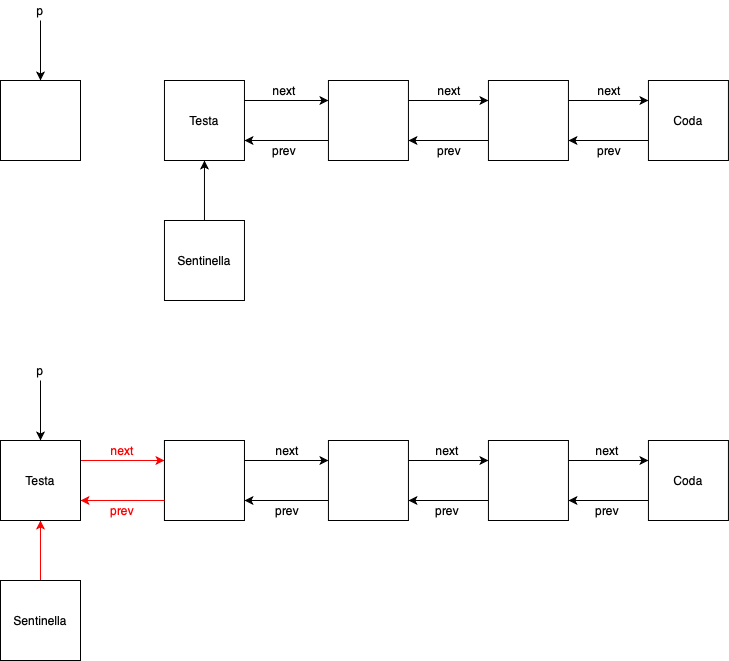
Earlier version of the draw.io export phase1/images/SO-LIFO_Insert.png (Law7iet/PandOS). Source tidied: cells renumbered, new cells last; positions are measured from the earlier drawing's top-left corner, leaving out a move shared by most shapes. Its diagram source:
```xml
<mxGraphModel>
  <root>
    <mxCell id="0" />
    <mxCell id="1" parent="0" />
    <mxCell id="2" style="edgeStyle=orthogonalEdgeStyle;rounded=0;jettySize=auto;html=1;exitX=1;exitY=0.25;exitDx=0;exitDy=0;entryX=0;entryY=0.25;entryDx=0;entryDy=0;" parent="1" edge="1" source="4" target="7">
      <mxGeometry relative="1" as="geometry" />
    </mxCell>
    <mxCell id="3" style="edgeStyle=orthogonalEdgeStyle;rounded=0;jettySize=auto;html=1;exitX=0.5;exitY=1;exitDx=0;exitDy=0;endArrow=none;endFill=0;startArrow=classic;startFill=1;entryX=0.5;entryY=0;entryDx=0;entryDy=0;" parent="1" edge="1" source="4" target="13">
      <mxGeometry relative="1" as="geometry" />
    </mxCell>
    <mxCell id="4" value="Testa" style="rounded=0;whiteSpace=wrap;html=1;" parent="1" vertex="1">
      <mxGeometry x="164" y="80" width="80" height="80" as="geometry" />
    </mxCell>
    <mxCell id="5" style="edgeStyle=orthogonalEdgeStyle;rounded=0;jettySize=auto;html=1;exitX=0;exitY=0.75;exitDx=0;exitDy=0;entryX=1;entryY=0.75;entryDx=0;entryDy=0;" parent="1" edge="1" source="7" target="4">
      <mxGeometry relative="1" as="geometry" />
    </mxCell>
    <mxCell id="6" style="edgeStyle=orthogonalEdgeStyle;rounded=0;jettySize=auto;html=1;exitX=1;exitY=0.25;exitDx=0;exitDy=0;entryX=0;entryY=0.25;entryDx=0;entryDy=0;" parent="1" edge="1" source="7" target="10">
      <mxGeometry relative="1" as="geometry" />
    </mxCell>
    <mxCell id="7" style="rounded=0;whiteSpace=wrap;html=1;" parent="1" vertex="1">
      <mxGeometry x="327.9" y="80" width="80" height="80" as="geometry" />
    </mxCell>
    <mxCell id="8" style="edgeStyle=orthogonalEdgeStyle;rounded=0;jettySize=auto;html=1;exitX=0;exitY=0.75;exitDx=0;exitDy=0;entryX=1;entryY=0.75;entryDx=0;entryDy=0;" parent="1" edge="1" source="10" target="7">
      <mxGeometry relative="1" as="geometry" />
    </mxCell>
    <mxCell id="9" style="edgeStyle=orthogonalEdgeStyle;rounded=0;jettySize=auto;html=1;exitX=1;exitY=0.25;exitDx=0;exitDy=0;entryX=0;entryY=0.25;entryDx=0;entryDy=0;" parent="1" edge="1" source="10" target="12">
      <mxGeometry relative="1" as="geometry" />
    </mxCell>
    <mxCell id="10" style="rounded=0;whiteSpace=wrap;html=1;" parent="1" vertex="1">
      <mxGeometry x="487.9" y="80" width="80" height="80" as="geometry" />
    </mxCell>
    <mxCell id="11" style="edgeStyle=orthogonalEdgeStyle;rounded=0;jettySize=auto;html=1;exitX=0;exitY=0.75;exitDx=0;exitDy=0;entryX=1;entryY=0.75;entryDx=0;entryDy=0;" parent="1" edge="1" source="12" target="10">
      <mxGeometry relative="1" as="geometry" />
    </mxCell>
    <mxCell id="12" value="Coda" style="rounded=0;whiteSpace=wrap;html=1;" parent="1" vertex="1">
      <mxGeometry x="647.9" y="80" width="80" height="80" as="geometry" />
    </mxCell>
    <mxCell id="13" value="Sentinella" style="rounded=0;whiteSpace=wrap;html=1;" parent="1" vertex="1">
      <mxGeometry x="164" y="220" width="80" height="80" as="geometry" />
    </mxCell>
    <mxCell id="14" value="next" style="text;html=1;strokeColor=none;fillColor=none;align=center;verticalAlign=middle;whiteSpace=wrap;rounded=0;" parent="1" vertex="1">
      <mxGeometry x="589" y="80" width="40" height="20" as="geometry" />
    </mxCell>
    <mxCell id="15" value="next" style="text;html=1;strokeColor=none;fillColor=none;align=center;verticalAlign=middle;whiteSpace=wrap;rounded=0;" parent="1" vertex="1">
      <mxGeometry x="429" y="80" width="40" height="20" as="geometry" />
    </mxCell>
    <mxCell id="16" value="next" style="text;html=1;strokeColor=none;fillColor=none;align=center;verticalAlign=middle;whiteSpace=wrap;rounded=0;" parent="1" vertex="1">
      <mxGeometry x="264" y="80" width="40" height="20" as="geometry" />
    </mxCell>
    <mxCell id="17" value="&lt;div&gt;prev&lt;/div&gt;" style="text;html=1;strokeColor=none;fillColor=none;align=center;verticalAlign=middle;whiteSpace=wrap;rounded=0;" parent="1" vertex="1">
      <mxGeometry x="589" y="140" width="40" height="20" as="geometry" />
    </mxCell>
    <mxCell id="18" value="prev" style="text;html=1;strokeColor=none;fillColor=none;align=center;verticalAlign=middle;whiteSpace=wrap;rounded=0;" parent="1" vertex="1">
      <mxGeometry x="429" y="140" width="40" height="20" as="geometry" />
    </mxCell>
    <mxCell id="19" value="&lt;div&gt;prev&lt;/div&gt;" style="text;html=1;strokeColor=none;fillColor=none;align=center;verticalAlign=middle;whiteSpace=wrap;rounded=0;" parent="1" vertex="1">
      <mxGeometry x="264" y="140" width="40" height="20" as="geometry" />
    </mxCell>
    <mxCell id="20" style="edgeStyle=orthogonalEdgeStyle;rounded=0;jettySize=auto;html=1;exitX=1;exitY=0.25;exitDx=0;exitDy=0;entryX=0;entryY=0.25;entryDx=0;entryDy=0;" parent="1" edge="1" source="22" target="25">
      <mxGeometry relative="1" as="geometry" />
    </mxCell>
    <mxCell id="21" style="edgeStyle=orthogonalEdgeStyle;rounded=0;jettySize=auto;html=1;exitX=0.5;exitY=1;exitDx=0;exitDy=0;endArrow=none;endFill=0;startArrow=classic;startFill=1;entryX=0.5;entryY=0;entryDx=0;entryDy=0;strokeColor=#FF0000;" parent="1" edge="1" source="33" target="31">
      <mxGeometry relative="1" as="geometry">
        <Array as="points">
          <mxPoint x="40" y="570" />
          <mxPoint x="40" y="570" />
        </Array>
      </mxGeometry>
    </mxCell>
    <mxCell id="22" value="Coda" style="rounded=0;whiteSpace=wrap;html=1;" parent="1" vertex="1">
      <mxGeometry x="164" y="440" width="80" height="80" as="geometry" />
    </mxCell>
    <mxCell id="23" style="edgeStyle=orthogonalEdgeStyle;rounded=0;jettySize=auto;html=1;exitX=0;exitY=0.75;exitDx=0;exitDy=0;entryX=1;entryY=0.75;entryDx=0;entryDy=0;" parent="1" edge="1" source="25" target="22">
      <mxGeometry relative="1" as="geometry" />
    </mxCell>
    <mxCell id="24" style="edgeStyle=orthogonalEdgeStyle;rounded=0;jettySize=auto;html=1;exitX=1;exitY=0.25;exitDx=0;exitDy=0;entryX=0;entryY=0.25;entryDx=0;entryDy=0;" parent="1" edge="1" source="25" target="28">
      <mxGeometry relative="1" as="geometry" />
    </mxCell>
    <mxCell id="25" style="rounded=0;whiteSpace=wrap;html=1;" parent="1" vertex="1">
      <mxGeometry x="327.9" y="440" width="80" height="80" as="geometry" />
    </mxCell>
    <mxCell id="26" style="edgeStyle=orthogonalEdgeStyle;rounded=0;jettySize=auto;html=1;exitX=0;exitY=0.75;exitDx=0;exitDy=0;entryX=1;entryY=0.75;entryDx=0;entryDy=0;" parent="1" edge="1" source="28" target="25">
      <mxGeometry relative="1" as="geometry" />
    </mxCell>
    <mxCell id="27" style="edgeStyle=orthogonalEdgeStyle;rounded=0;jettySize=auto;html=1;exitX=1;exitY=0.25;exitDx=0;exitDy=0;entryX=0;entryY=0.25;entryDx=0;entryDy=0;" parent="1" edge="1" source="28" target="30">
      <mxGeometry relative="1" as="geometry" />
    </mxCell>
    <mxCell id="28" style="rounded=0;whiteSpace=wrap;html=1;" parent="1" vertex="1">
      <mxGeometry x="487.9" y="440" width="80" height="80" as="geometry" />
    </mxCell>
    <mxCell id="29" style="edgeStyle=orthogonalEdgeStyle;rounded=0;jettySize=auto;html=1;exitX=0;exitY=0.75;exitDx=0;exitDy=0;entryX=1;entryY=0.75;entryDx=0;entryDy=0;" parent="1" edge="1" source="30" target="28">
      <mxGeometry relative="1" as="geometry" />
    </mxCell>
    <mxCell id="30" value="Coda" style="rounded=0;whiteSpace=wrap;html=1;" parent="1" vertex="1">
      <mxGeometry x="647.9" y="440" width="80" height="80" as="geometry" />
    </mxCell>
    <mxCell id="31" value="Sentinella" style="rounded=0;whiteSpace=wrap;html=1;" parent="1" vertex="1">
      <mxGeometry y="580" width="80" height="80" as="geometry" />
    </mxCell>
    <mxCell id="32" style="edgeStyle=orthogonalEdgeStyle;rounded=0;jettySize=auto;html=1;exitX=1;exitY=0.25;exitDx=0;exitDy=0;entryX=0;entryY=0.25;entryDx=0;entryDy=0;fontColor=#FF0000;strokeColor=#FF0000;" parent="1" edge="1" source="33" target="34">
      <mxGeometry relative="1" as="geometry" />
    </mxCell>
    <mxCell id="33" value="Testa" style="rounded=0;whiteSpace=wrap;html=1;" parent="1" vertex="1">
      <mxGeometry y="440" width="80" height="80" as="geometry" />
    </mxCell>
    <mxCell id="34" style="rounded=0;whiteSpace=wrap;html=1;" parent="1" vertex="1">
      <mxGeometry x="164" y="440" width="80" height="80" as="geometry" />
    </mxCell>
    <mxCell id="35" style="edgeStyle=orthogonalEdgeStyle;rounded=0;jettySize=auto;html=1;exitX=0;exitY=0.75;exitDx=0;exitDy=0;entryX=1;entryY=0.75;entryDx=0;entryDy=0;fontColor=#FF0000;strokeColor=#FF0000;" parent="1" edge="1" source="34" target="33">
      <mxGeometry relative="1" as="geometry" />
    </mxCell>
    <mxCell id="36" value="next" style="text;html=1;strokeColor=none;fillColor=none;align=center;verticalAlign=middle;whiteSpace=wrap;rounded=0;fontColor=#FF0000;" parent="1" vertex="1">
      <mxGeometry x="102" y="440" width="40" height="20" as="geometry" />
    </mxCell>
    <mxCell id="37" value="next" style="text;html=1;strokeColor=none;fillColor=none;align=center;verticalAlign=middle;whiteSpace=wrap;rounded=0;" parent="1" vertex="1">
      <mxGeometry x="267" y="440" width="40" height="20" as="geometry" />
    </mxCell>
    <mxCell id="38" value="next" style="text;html=1;strokeColor=none;fillColor=none;align=center;verticalAlign=middle;whiteSpace=wrap;rounded=0;" parent="1" vertex="1">
      <mxGeometry x="427" y="440" width="40" height="20" as="geometry" />
    </mxCell>
    <mxCell id="39" value="next" style="text;html=1;strokeColor=none;fillColor=none;align=center;verticalAlign=middle;whiteSpace=wrap;rounded=0;" parent="1" vertex="1">
      <mxGeometry x="587" y="440" width="40" height="20" as="geometry" />
    </mxCell>
    <mxCell id="40" value="prev" style="text;html=1;strokeColor=none;fillColor=none;align=center;verticalAlign=middle;whiteSpace=wrap;rounded=0;" parent="1" vertex="1">
      <mxGeometry x="587" y="500" width="40" height="20" as="geometry" />
    </mxCell>
    <mxCell id="41" value="prev" style="text;html=1;strokeColor=none;fillColor=none;align=center;verticalAlign=middle;whiteSpace=wrap;rounded=0;" parent="1" vertex="1">
      <mxGeometry x="427" y="500" width="40" height="20" as="geometry" />
    </mxCell>
    <mxCell id="42" value="prev" style="text;html=1;strokeColor=none;fillColor=none;align=center;verticalAlign=middle;whiteSpace=wrap;rounded=0;fontColor=#FF0000;" parent="1" vertex="1">
      <mxGeometry x="102" y="500" width="40" height="20" as="geometry" />
    </mxCell>
    <mxCell id="43" value="prev" style="text;html=1;strokeColor=none;fillColor=none;align=center;verticalAlign=middle;whiteSpace=wrap;rounded=0;" parent="1" vertex="1">
      <mxGeometry x="267" y="500" width="40" height="20" as="geometry" />
    </mxCell>
    <mxCell id="44" style="edgeStyle=orthogonalEdgeStyle;rounded=0;jettySize=auto;html=1;exitX=0.5;exitY=0;exitDx=0;exitDy=0;endArrow=none;endFill=0;startArrow=classic;startFill=1;" parent="1" edge="1" source="33">
      <mxGeometry relative="1" as="geometry">
        <mxPoint x="40" y="380" as="targetPoint" />
        <Array as="points">
          <mxPoint x="40" y="400" />
          <mxPoint x="40" y="400" />
        </Array>
      </mxGeometry>
    </mxCell>
    <mxCell id="45" value="p" style="text;html=1;strokeColor=none;fillColor=none;align=center;verticalAlign=middle;whiteSpace=wrap;rounded=0;" parent="1" vertex="1">
      <mxGeometry x="20" y="360" width="40" height="20" as="geometry" />
    </mxCell>
    <mxCell id="46" style="rounded=0;whiteSpace=wrap;html=1;" parent="1" vertex="1">
      <mxGeometry y="80" width="80" height="80" as="geometry" />
    </mxCell>
    <mxCell id="47" style="edgeStyle=orthogonalEdgeStyle;rounded=0;jettySize=auto;html=1;exitX=0.5;exitY=0;exitDx=0;exitDy=0;endArrow=none;endFill=0;startArrow=classic;startFill=1;" parent="1" edge="1" source="46">
      <mxGeometry relative="1" as="geometry">
        <mxPoint x="40" y="20" as="targetPoint" />
        <Array as="points">
          <mxPoint x="40" y="40" />
          <mxPoint x="40" y="40" />
        </Array>
      </mxGeometry>
    </mxCell>
    <mxCell id="48" value="p" style="text;html=1;strokeColor=none;fillColor=none;align=center;verticalAlign=middle;whiteSpace=wrap;rounded=0;" parent="1" vertex="1">
      <mxGeometry x="20" width="40" height="20" as="geometry" />
    </mxCell>
  </root>
</mxGraphModel>
```
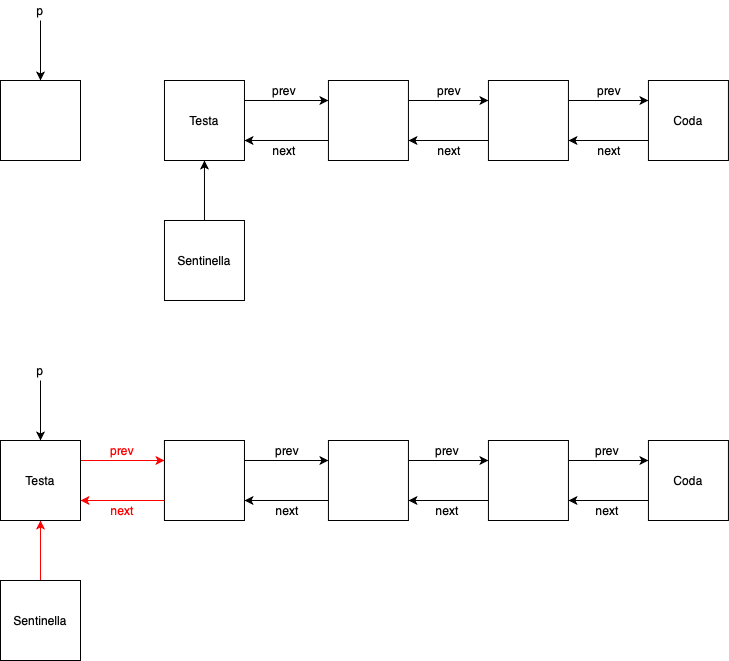
After the commit.

The edit, as a diff of the source:
```diff
@@ -38,22 +38,22 @@
     <mxCell id="13" value="Sentinella" style="rounded=0;whiteSpace=wrap;html=1;" parent="1" vertex="1">
       <mxGeometry x="164" y="220" width="80" height="80" as="geometry" />
     </mxCell>
-    <mxCell id="14" value="next" style="text;html=1;strokeColor=none;fillColor=none;align=center;verticalAlign=middle;whiteSpace=wrap;rounded=0;" parent="1" vertex="1">
+    <mxCell id="14" value="prev" style="text;html=1;strokeColor=none;fillColor=none;align=center;verticalAlign=middle;whiteSpace=wrap;rounded=0;" parent="1" vertex="1">
       <mxGeometry x="589" y="80" width="40" height="20" as="geometry" />
     </mxCell>
-    <mxCell id="15" value="next" style="text;html=1;strokeColor=none;fillColor=none;align=center;verticalAlign=middle;whiteSpace=wrap;rounded=0;" parent="1" vertex="1">
+    <mxCell id="15" value="prev" style="text;html=1;strokeColor=none;fillColor=none;align=center;verticalAlign=middle;whiteSpace=wrap;rounded=0;" parent="1" vertex="1">
       <mxGeometry x="429" y="80" width="40" height="20" as="geometry" />
     </mxCell>
-    <mxCell id="16" value="next" style="text;html=1;strokeColor=none;fillColor=none;align=center;verticalAlign=middle;whiteSpace=wrap;rounded=0;" parent="1" vertex="1">
+    <mxCell id="16" value="prev" style="text;html=1;strokeColor=none;fillColor=none;align=center;verticalAlign=middle;whiteSpace=wrap;rounded=0;" parent="1" vertex="1">
       <mxGeometry x="264" y="80" width="40" height="20" as="geometry" />
     </mxCell>
-    <mxCell id="17" value="&lt;div&gt;prev&lt;/div&gt;" style="text;html=1;strokeColor=none;fillColor=none;align=center;verticalAlign=middle;whiteSpace=wrap;rounded=0;" parent="1" vertex="1">
+    <mxCell id="17" value="&lt;div&gt;next&lt;/div&gt;" style="text;html=1;strokeColor=none;fillColor=none;align=center;verticalAlign=middle;whiteSpace=wrap;rounded=0;" parent="1" vertex="1">
       <mxGeometry x="589" y="140" width="40" height="20" as="geometry" />
     </mxCell>
-    <mxCell id="18" value="prev" style="text;html=1;strokeColor=none;fillColor=none;align=center;verticalAlign=middle;whiteSpace=wrap;rounded=0;" parent="1" vertex="1">
+    <mxCell id="18" value="&lt;div&gt;next&lt;/div&gt;" style="text;html=1;strokeColor=none;fillColor=none;align=center;verticalAlign=middle;whiteSpace=wrap;rounded=0;" parent="1" vertex="1">
       <mxGeometry x="429" y="140" width="40" height="20" as="geometry" />
     </mxCell>
-    <mxCell id="19" value="&lt;div&gt;prev&lt;/div&gt;" style="text;html=1;strokeColor=none;fillColor=none;align=center;verticalAlign=middle;whiteSpace=wrap;rounded=0;" parent="1" vertex="1">
+    <mxCell id="19" value="&lt;div&gt;next&lt;/div&gt;" style="text;html=1;strokeColor=none;fillColor=none;align=center;verticalAlign=middle;whiteSpace=wrap;rounded=0;" parent="1" vertex="1">
       <mxGeometry x="264" y="140" width="40" height="20" as="geometry" />
     </mxCell>
     <mxCell id="20" style="edgeStyle=orthogonalEdgeStyle;rounded=0;jettySize=auto;html=1;exitX=1;exitY=0.25;exitDx=0;exitDy=0;entryX=0;entryY=0.25;entryDx=0;entryDy=0;" parent="1" edge="1" source="22" target="25">
@@ -109,28 +109,28 @@
     <mxCell id="35" style="edgeStyle=orthogonalEdgeStyle;rounded=0;jettySize=auto;html=1;exitX=0;exitY=0.75;exitDx=0;exitDy=0;entryX=1;entryY=0.75;entryDx=0;entryDy=0;fontColor=#FF0000;strokeColor=#FF0000;" parent="1" edge="1" source="34" target="33">
       <mxGeometry relative="1" as="geometry" />
     </mxCell>
-    <mxCell id="36" value="next" style="text;html=1;strokeColor=none;fillColor=none;align=center;verticalAlign=middle;whiteSpace=wrap;rounded=0;fontColor=#FF0000;" parent="1" vertex="1">
+    <mxCell id="36" value="prev" style="text;html=1;strokeColor=none;fillColor=none;align=center;verticalAlign=middle;whiteSpace=wrap;rounded=0;fontColor=#FF0000;" parent="1" vertex="1">
       <mxGeometry x="102" y="440" width="40" height="20" as="geometry" />
     </mxCell>
-    <mxCell id="37" value="next" style="text;html=1;strokeColor=none;fillColor=none;align=center;verticalAlign=middle;whiteSpace=wrap;rounded=0;" parent="1" vertex="1">
+    <mxCell id="37" value="prev" style="text;html=1;strokeColor=none;fillColor=none;align=center;verticalAlign=middle;whiteSpace=wrap;rounded=0;" parent="1" vertex="1">
       <mxGeometry x="267" y="440" width="40" height="20" as="geometry" />
     </mxCell>
-    <mxCell id="38" value="next" style="text;html=1;strokeColor=none;fillColor=none;align=center;verticalAlign=middle;whiteSpace=wrap;rounded=0;" parent="1" vertex="1">
+    <mxCell id="38" value="prev" style="text;html=1;strokeColor=none;fillColor=none;align=center;verticalAlign=middle;whiteSpace=wrap;rounded=0;" parent="1" vertex="1">
       <mxGeometry x="427" y="440" width="40" height="20" as="geometry" />
     </mxCell>
-    <mxCell id="39" value="next" style="text;html=1;strokeColor=none;fillColor=none;align=center;verticalAlign=middle;whiteSpace=wrap;rounded=0;" parent="1" vertex="1">
+    <mxCell id="39" value="prev" style="text;html=1;strokeColor=none;fillColor=none;align=center;verticalAlign=middle;whiteSpace=wrap;rounded=0;" parent="1" vertex="1">
       <mxGeometry x="587" y="440" width="40" height="20" as="geometry" />
     </mxCell>
-    <mxCell id="40" value="prev" style="text;html=1;strokeColor=none;fillColor=none;align=center;verticalAlign=middle;whiteSpace=wrap;rounded=0;" parent="1" vertex="1">
+    <mxCell id="40" value="next" style="text;html=1;strokeColor=none;fillColor=none;align=center;verticalAlign=middle;whiteSpace=wrap;rounded=0;" parent="1" vertex="1">
       <mxGeometry x="587" y="500" width="40" height="20" as="geometry" />
     </mxCell>
-    <mxCell id="41" value="prev" style="text;html=1;strokeColor=none;fillColor=none;align=center;verticalAlign=middle;whiteSpace=wrap;rounded=0;" parent="1" vertex="1">
+    <mxCell id="41" value="next" style="text;html=1;strokeColor=none;fillColor=none;align=center;verticalAlign=middle;whiteSpace=wrap;rounded=0;" parent="1" vertex="1">
       <mxGeometry x="427" y="500" width="40" height="20" as="geometry" />
     </mxCell>
-    <mxCell id="42" value="prev" style="text;html=1;strokeColor=none;fillColor=none;align=center;verticalAlign=middle;whiteSpace=wrap;rounded=0;fontColor=#FF0000;" parent="1" vertex="1">
+    <mxCell id="42" value="next" style="text;html=1;strokeColor=none;fillColor=none;align=center;verticalAlign=middle;whiteSpace=wrap;rounded=0;fontColor=#FF0000;" parent="1" vertex="1">
       <mxGeometry x="102" y="500" width="40" height="20" as="geometry" />
     </mxCell>
-    <mxCell id="43" value="prev" style="text;html=1;strokeColor=none;fillColor=none;align=center;verticalAlign=middle;whiteSpace=wrap;rounded=0;" parent="1" vertex="1">
+    <mxCell id="43" value="next" style="text;html=1;strokeColor=none;fillColor=none;align=center;verticalAlign=middle;whiteSpace=wrap;rounded=0;" parent="1" vertex="1">
       <mxGeometry x="267" y="500" width="40" height="20" as="geometry" />
     </mxCell>
     <mxCell id="44" style="edgeStyle=orthogonalEdgeStyle;rounded=0;jettySize=auto;html=1;exitX=0.5;exitY=0;exitDx=0;exitDy=0;endArrow=none;endFill=0;startArrow=classic;startFill=1;" parent="1" edge="1" source="33">
```
